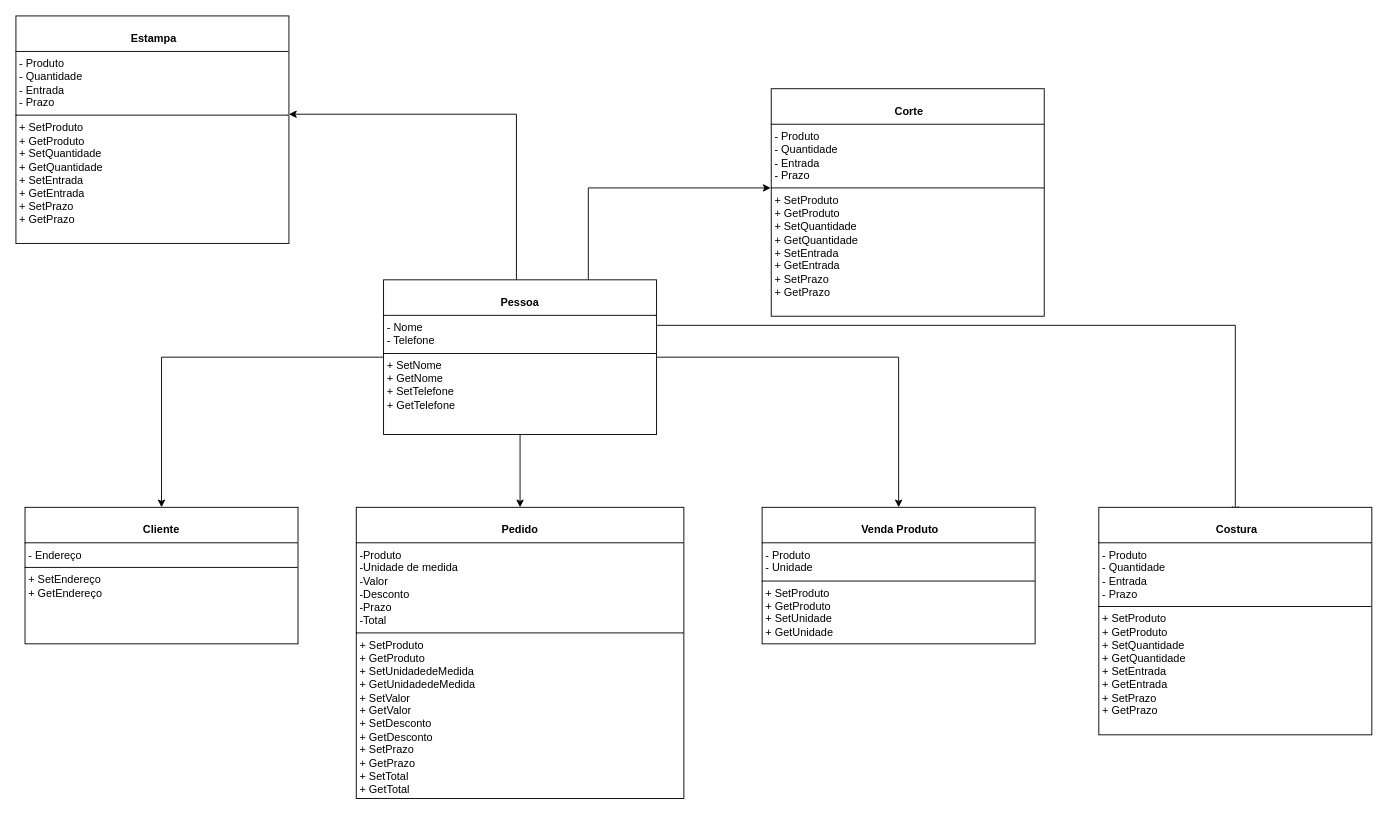
rafaelareisilva/avatar.app keeps this draw.io diagram as page "Página-1" (1 of 3) of DOC/classes.drawio. Above is the earlier version. Source tidied: cells renumbered, new cells numbered last; positions are measured from the earlier drawing's top-left corner, leaving out a move shared by most shapes. Both pictures are drawn from the tidied source at 91%, with x=0, y=0 at pixel (15, 15).
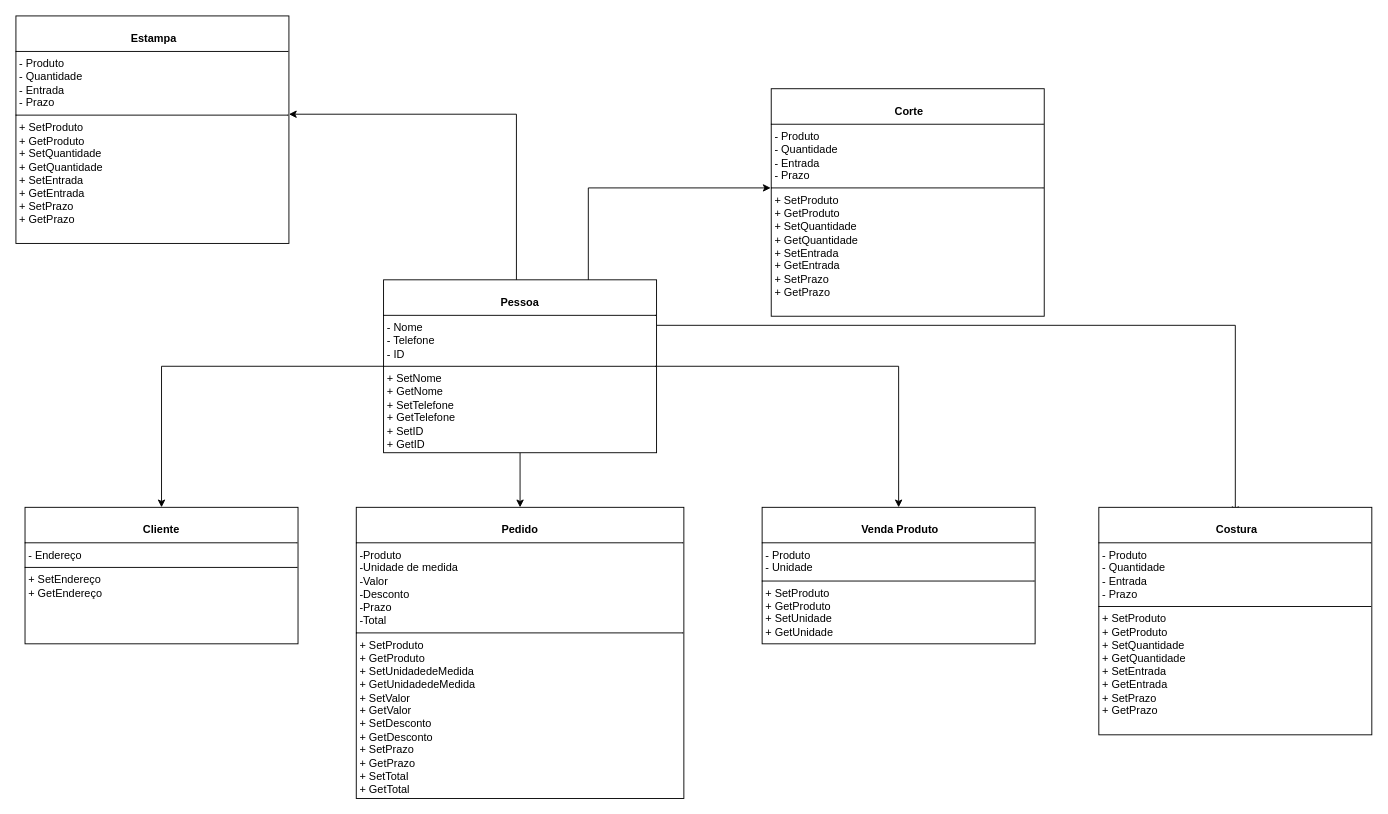
The same page after the edit.

Diff of the diagram source:
```diff
@@
 <mxGraphModel background="#FFFFFF">
   <root>
     <mxCell id="0" />
     <mxCell id="1" parent="0" />
     <mxCell id="2" style="edgeStyle=orthogonalEdgeStyle;rounded=0;jettySize=auto;html=1;entryX=0.5;entryY=0;entryDx=0;entryDy=0;" parent="1" edge="1" source="6" target="8">
       <mxGeometry relative="1" as="geometry" />
     </mxCell>
     <mxCell id="3" style="edgeStyle=orthogonalEdgeStyle;rounded=0;jettySize=auto;html=1;" parent="1" edge="1" source="6" target="9">
       <mxGeometry relative="1" as="geometry" />
     </mxCell>
     <mxCell id="4" style="edgeStyle=orthogonalEdgeStyle;rounded=0;jettySize=auto;html=1;entryX=0.5;entryY=0;entryDx=0;entryDy=0;" parent="1" edge="1" source="6" target="10">
       <mxGeometry relative="1" as="geometry" />
     </mxCell>
     <mxCell id="5" style="edgeStyle=orthogonalEdgeStyle;rounded=0;orthogonalLoop=1;jettySize=auto;html=1;exitX=1;exitY=0.25;exitDx=0;exitDy=0;entryX=0.5;entryY=0;entryDx=0;entryDy=0;" parent="1" edge="1">
       <mxGeometry relative="1" as="geometry">
         <mxPoint x="704" y="340" as="sourcePoint" />
         <mxPoint x="1340" y="547.5" as="targetPoint" />
         <Array as="points">
           <mxPoint x="1340" y="339.5" />
         </Array>
       </mxGeometry>
     </mxCell>
-    <mxCell id="6" value="&lt;p style=&quot;margin:0px;margin-top:4px;text-align:center;&quot;&gt;&lt;br&gt;&lt;b&gt;Pessoa&lt;/b&gt;&lt;/p&gt;&lt;hr size=&quot;1&quot; style=&quot;border-style:solid;&quot;&gt;&lt;p style=&quot;margin:0px;margin-left:4px;&quot;&gt;- Nome&lt;/p&gt;&lt;p style=&quot;margin:0px;margin-left:4px;&quot;&gt;- Telefone&lt;/p&gt;&lt;hr size=&quot;1&quot; style=&quot;border-style:solid;&quot;&gt;&lt;p style=&quot;margin:0px;margin-left:4px;&quot;&gt;+ SetNome&lt;br&gt;+ GetNome&lt;/p&gt;&lt;p style=&quot;margin:0px;margin-left:4px;&quot;&gt;+ SetTelefone&lt;/p&gt;&lt;p style=&quot;margin:0px;margin-left:4px;&quot;&gt;+ GetTelefone&lt;/p&gt;&lt;p style=&quot;margin:0px;margin-left:4px;&quot;&gt;&lt;br&gt;&lt;/p&gt;&lt;p style=&quot;margin:0px;margin-left:4px;&quot;&gt;&lt;br&gt;&lt;/p&gt;&lt;p style=&quot;margin:0px;margin-left:4px;&quot;&gt;&lt;br&gt;&lt;/p&gt;&lt;p style=&quot;margin:0px;margin-left:4px;&quot;&gt;&lt;br&gt;&lt;/p&gt;&lt;p style=&quot;margin:0px;margin-left:4px;&quot;&gt;&lt;br&gt;&lt;/p&gt;&lt;p style=&quot;margin:0px;margin-left:4px;&quot;&gt;&lt;br&gt;&lt;/p&gt;&lt;p style=&quot;margin:0px;margin-left:4px;&quot;&gt;&lt;br&gt;&lt;/p&gt;&lt;p style=&quot;margin:0px;margin-left:4px;&quot;&gt;&lt;br&gt;&lt;/p&gt;" style="verticalAlign=top;align=left;overflow=fill;html=1;whiteSpace=wrap;" parent="1" vertex="1">
-      <mxGeometry x="404" y="290" width="300" height="170" as="geometry" />
+    <mxCell id="6" value="&lt;p style=&quot;margin:0px;margin-top:4px;text-align:center;&quot;&gt;&lt;br&gt;&lt;b&gt;Pessoa&lt;/b&gt;&lt;/p&gt;&lt;hr size=&quot;1&quot; style=&quot;border-style:solid;&quot;&gt;&lt;p style=&quot;margin:0px;margin-left:4px;&quot;&gt;- Nome&lt;/p&gt;&lt;p style=&quot;margin:0px;margin-left:4px;&quot;&gt;- Telefone&lt;/p&gt;&lt;p style=&quot;margin:0px;margin-left:4px;&quot;&gt;- ID&lt;/p&gt;&lt;hr size=&quot;1&quot; style=&quot;border-style:solid;&quot;&gt;&lt;p style=&quot;margin:0px;margin-left:4px;&quot;&gt;+ SetNome&lt;br&gt;+ GetNome&lt;/p&gt;&lt;p style=&quot;margin:0px;margin-left:4px;&quot;&gt;+ SetTelefone&lt;/p&gt;&lt;p style=&quot;margin:0px;margin-left:4px;&quot;&gt;+ GetTelefone&lt;/p&gt;&lt;p style=&quot;margin:0px;margin-left:4px;&quot;&gt;+ SetID&lt;/p&gt;&lt;p style=&quot;margin:0px;margin-left:4px;&quot;&gt;+ GetID&lt;/p&gt;&lt;p style=&quot;margin:0px;margin-left:4px;&quot;&gt;&lt;br&gt;&lt;/p&gt;&lt;p style=&quot;margin:0px;margin-left:4px;&quot;&gt;&lt;br&gt;&lt;/p&gt;&lt;p style=&quot;margin:0px;margin-left:4px;&quot;&gt;&lt;br&gt;&lt;/p&gt;&lt;p style=&quot;margin:0px;margin-left:4px;&quot;&gt;&lt;br&gt;&lt;/p&gt;&lt;p style=&quot;margin:0px;margin-left:4px;&quot;&gt;&lt;br&gt;&lt;/p&gt;&lt;p style=&quot;margin:0px;margin-left:4px;&quot;&gt;&lt;br&gt;&lt;/p&gt;&lt;p style=&quot;margin:0px;margin-left:4px;&quot;&gt;&lt;br&gt;&lt;/p&gt;&lt;p style=&quot;margin:0px;margin-left:4px;&quot;&gt;&lt;br&gt;&lt;/p&gt;" style="verticalAlign=top;align=left;overflow=fill;html=1;whiteSpace=wrap;" parent="1" vertex="1">
+      <mxGeometry x="404" y="290" width="300" height="190" as="geometry" />
     </mxCell>
     <mxCell id="7" style="ellipse;whiteSpace=wrap;html=1;align=center;fillColor=none;strokeColor=none;perimeter=centerPerimeter;" parent="1" vertex="1">
       <mxGeometry x="629" y="800" width="10" height="10" as="geometry" />
     </mxCell>
     <mxCell id="8" value="&lt;p style=&quot;margin:0px;margin-top:4px;text-align:center;&quot;&gt;&lt;br&gt;&lt;b&gt;Cliente&lt;/b&gt;&lt;/p&gt;&lt;hr size=&quot;1&quot; style=&quot;border-style:solid;&quot;&gt;&lt;p style=&quot;margin:0px;margin-left:4px;&quot;&gt;- Endereço&lt;/p&gt;&lt;hr size=&quot;1&quot; style=&quot;border-style:solid;&quot;&gt;&lt;p style=&quot;margin:0px;margin-left:4px;&quot;&gt;+ SetEndereço&lt;br&gt;+ GetEndereço&lt;/p&gt;&lt;p style=&quot;margin:0px;margin-left:4px;&quot;&gt;&lt;br&gt;&lt;/p&gt;&lt;p style=&quot;margin:0px;margin-left:4px;&quot;&gt;&lt;br&gt;&lt;/p&gt;&lt;p style=&quot;margin:0px;margin-left:4px;&quot;&gt;&lt;br&gt;&lt;/p&gt;&lt;p style=&quot;margin:0px;margin-left:4px;&quot;&gt;&lt;br&gt;&lt;/p&gt;&lt;p style=&quot;margin:0px;margin-left:4px;&quot;&gt;&lt;br&gt;&lt;/p&gt;&lt;p style=&quot;margin:0px;margin-left:4px;&quot;&gt;&lt;br&gt;&lt;/p&gt;&lt;p style=&quot;margin:0px;margin-left:4px;&quot;&gt;&lt;br&gt;&lt;/p&gt;&lt;p style=&quot;margin:0px;margin-left:4px;&quot;&gt;&lt;br&gt;&lt;/p&gt;" style="verticalAlign=top;align=left;overflow=fill;html=1;whiteSpace=wrap;" parent="1" vertex="1">
       <mxGeometry x="10" y="540" width="300" height="150" as="geometry" />
     </mxCell>
     <mxCell id="9" value="&lt;p style=&quot;margin:0px;margin-top:4px;text-align:center;&quot;&gt;&lt;br&gt;&lt;b&gt;Pedido&lt;/b&gt;&lt;/p&gt;&lt;hr size=&quot;1&quot; style=&quot;border-style:solid;&quot;&gt;&lt;p style=&quot;margin:0px;margin-left:4px;&quot;&gt;&lt;span style=&quot;background-color: initial;&quot;&gt;-Produto&lt;/span&gt;&lt;br&gt;&lt;/p&gt;&lt;p style=&quot;margin:0px;margin-left:4px;&quot;&gt;-Unidade de medida&lt;/p&gt;&lt;p style=&quot;margin:0px;margin-left:4px;&quot;&gt;-Valor&lt;/p&gt;&lt;p style=&quot;margin:0px;margin-left:4px;&quot;&gt;-Desconto&lt;/p&gt;&lt;p style=&quot;margin:0px;margin-left:4px;&quot;&gt;-Prazo&lt;/p&gt;&lt;p style=&quot;margin:0px;margin-left:4px;&quot;&gt;-Total&lt;/p&gt;&lt;hr size=&quot;1&quot; style=&quot;border-style:solid;&quot;&gt;&lt;p style=&quot;margin:0px;margin-left:4px;&quot;&gt;&lt;font style=&quot;background-color: initial; vertical-align: inherit;&quot;&gt;+&amp;nbsp;&lt;/font&gt;&lt;span style=&quot;background-color: initial;&quot;&gt;SetProduto&lt;/span&gt;&lt;br&gt;&lt;/p&gt;&lt;p style=&quot;margin:0px;margin-left:4px;&quot;&gt;&lt;span style=&quot;background-color: initial;&quot;&gt;+ GetProduto&lt;/span&gt;&lt;/p&gt;&lt;p style=&quot;margin:0px;margin-left:4px;&quot;&gt;+ SetUnidadedeMedida&lt;/p&gt;&lt;p style=&quot;margin:0px;margin-left:4px;&quot;&gt;+ G&lt;span style=&quot;background-color: initial;&quot;&gt;etUnidadedeMedida&lt;/span&gt;&lt;/p&gt;&lt;p style=&quot;margin:0px;margin-left:4px;&quot;&gt;&lt;span style=&quot;background-color: initial;&quot;&gt;+ SetValor&lt;/span&gt;&lt;/p&gt;&lt;p style=&quot;margin:0px;margin-left:4px;&quot;&gt;&lt;span style=&quot;background-color: initial;&quot;&gt;+ GetValor&lt;/span&gt;&lt;/p&gt;&lt;p style=&quot;margin:0px;margin-left:4px;&quot;&gt;&lt;span style=&quot;background-color: initial;&quot;&gt;+ SetDesconto&lt;/span&gt;&lt;/p&gt;&lt;p style=&quot;margin:0px;margin-left:4px;&quot;&gt;&lt;span style=&quot;background-color: initial;&quot;&gt;+ GetDesconto&lt;/span&gt;&lt;/p&gt;&lt;p style=&quot;margin:0px;margin-left:4px;&quot;&gt;&lt;span style=&quot;background-color: initial;&quot;&gt;+ SetPrazo&lt;/span&gt;&lt;/p&gt;&lt;p style=&quot;margin:0px;margin-left:4px;&quot;&gt;&lt;span style=&quot;background-color: initial;&quot;&gt;+ GetPrazo&lt;/span&gt;&lt;/p&gt;&lt;p style=&quot;margin:0px;margin-left:4px;&quot;&gt;&lt;span style=&quot;background-color: initial;&quot;&gt;+ SetTotal&lt;/span&gt;&lt;/p&gt;&lt;p style=&quot;margin:0px;margin-left:4px;&quot;&gt;&lt;span style=&quot;background-color: initial;&quot;&gt;+ GetTotal&lt;/span&gt;&lt;/p&gt;&lt;p style=&quot;margin:0px;margin-left:4px;&quot;&gt;&lt;span style=&quot;background-color: initial;&quot;&gt;&lt;br&gt;&lt;/span&gt;&lt;/p&gt;&lt;p style=&quot;margin:0px;margin-left:4px;&quot;&gt;&lt;br&gt;&lt;/p&gt;&lt;p style=&quot;margin:0px;margin-left:4px;&quot;&gt;&lt;br&gt;&lt;/p&gt;&lt;p style=&quot;margin:0px;margin-left:4px;&quot;&gt;&lt;br&gt;&lt;/p&gt;&lt;p style=&quot;margin:0px;margin-left:4px;&quot;&gt;&lt;br&gt;&lt;/p&gt;&lt;p style=&quot;margin:0px;margin-left:4px;&quot;&gt;&lt;br&gt;&lt;/p&gt;&lt;p style=&quot;margin:0px;margin-left:4px;&quot;&gt;&lt;br&gt;&lt;/p&gt;&lt;p style=&quot;margin:0px;margin-left:4px;&quot;&gt;&lt;br&gt;&lt;/p&gt;&lt;p style=&quot;margin:0px;margin-left:4px;&quot;&gt;&lt;br&gt;&lt;/p&gt;" style="verticalAlign=top;align=left;overflow=fill;html=1;whiteSpace=wrap;" parent="1" vertex="1">
       <mxGeometry x="374" y="540" width="360" height="320" as="geometry" />
     </mxCell>
     <mxCell id="10" value="&lt;p style=&quot;margin:0px;margin-top:4px;text-align:center;&quot;&gt;&lt;br&gt;&lt;b&gt;&amp;nbsp;Venda Produto&lt;/b&gt;&lt;/p&gt;&lt;hr size=&quot;1&quot; style=&quot;border-style:solid;&quot;&gt;&lt;p style=&quot;margin:0px;margin-left:4px;&quot;&gt;- Produto&lt;/p&gt;&lt;p style=&quot;margin:0px;margin-left:4px;&quot;&gt;- Unidade&lt;/p&gt;&lt;hr size=&quot;1&quot; style=&quot;border-style:solid;&quot;&gt;&lt;p style=&quot;margin:0px;margin-left:4px;&quot;&gt;+ SetProduto&lt;br&gt;+ GetProduto&lt;/p&gt;&lt;p style=&quot;margin:0px;margin-left:4px;&quot;&gt;+ SetUnidade&lt;/p&gt;&lt;p style=&quot;margin:0px;margin-left:4px;&quot;&gt;+ GetUnidade&lt;/p&gt;&lt;p style=&quot;margin:0px;margin-left:4px;&quot;&gt;&lt;br&gt;&lt;/p&gt;&lt;p style=&quot;margin:0px;margin-left:4px;&quot;&gt;&lt;br&gt;&lt;/p&gt;&lt;p style=&quot;margin:0px;margin-left:4px;&quot;&gt;&lt;br&gt;&lt;/p&gt;&lt;p style=&quot;margin:0px;margin-left:4px;&quot;&gt;&lt;br&gt;&lt;/p&gt;&lt;p style=&quot;margin:0px;margin-left:4px;&quot;&gt;&lt;br&gt;&lt;/p&gt;&lt;p style=&quot;margin:0px;margin-left:4px;&quot;&gt;&lt;br&gt;&lt;/p&gt;&lt;p style=&quot;margin:0px;margin-left:4px;&quot;&gt;&lt;br&gt;&lt;/p&gt;&lt;p style=&quot;margin:0px;margin-left:4px;&quot;&gt;&lt;br&gt;&lt;/p&gt;" style="verticalAlign=top;align=left;overflow=fill;html=1;whiteSpace=wrap;" parent="1" vertex="1">
       <mxGeometry x="820" y="540" width="300" height="150" as="geometry" />
     </mxCell>
     <mxCell id="11" value="&lt;p style=&quot;margin:0px;margin-top:4px;text-align:center;&quot;&gt;&lt;br&gt;&lt;b&gt;&amp;nbsp;Costura&lt;/b&gt;&lt;/p&gt;&lt;hr size=&quot;1&quot; style=&quot;border-style:solid;&quot;&gt;&lt;p style=&quot;margin:0px;margin-left:4px;&quot;&gt;- Produto&lt;/p&gt;&lt;p style=&quot;margin:0px;margin-left:4px;&quot;&gt;- Quantidade&lt;/p&gt;&lt;p style=&quot;margin:0px;margin-left:4px;&quot;&gt;- Entrada&lt;/p&gt;&lt;p style=&quot;margin:0px;margin-left:4px;&quot;&gt;- Prazo&lt;/p&gt;&lt;hr size=&quot;1&quot; style=&quot;border-style:solid;&quot;&gt;&lt;p style=&quot;margin:0px;margin-left:4px;&quot;&gt;+ SetProduto&lt;br&gt;+ GetProduto&lt;/p&gt;&lt;p style=&quot;margin:0px;margin-left:4px;&quot;&gt;+ SetQuantidade&lt;/p&gt;&lt;p style=&quot;margin:0px;margin-left:4px;&quot;&gt;+ GetQuantidade&lt;/p&gt;&lt;p style=&quot;margin: 0px 0px 0px 4px;&quot;&gt;+ SetEntrada&lt;br&gt;+ GetEntrada&lt;/p&gt;&lt;p style=&quot;margin: 0px 0px 0px 4px;&quot;&gt;+ SetPrazo&lt;/p&gt;&lt;p style=&quot;margin: 0px 0px 0px 4px;&quot;&gt;+ GetPrazo&lt;/p&gt;&lt;p style=&quot;margin:0px;margin-left:4px;&quot;&gt;&lt;/p&gt;&lt;p style=&quot;margin: 0px 0px 0px 4px;&quot;&gt;&lt;br&gt;&lt;/p&gt;&lt;p style=&quot;margin:0px;margin-left:4px;&quot;&gt;&lt;br&gt;&lt;/p&gt;&lt;p style=&quot;margin:0px;margin-left:4px;&quot;&gt;&lt;br&gt;&lt;/p&gt;&lt;p style=&quot;margin:0px;margin-left:4px;&quot;&gt;&lt;br&gt;&lt;/p&gt;&lt;p style=&quot;margin:0px;margin-left:4px;&quot;&gt;&lt;br&gt;&lt;/p&gt;&lt;p style=&quot;margin:0px;margin-left:4px;&quot;&gt;&lt;br&gt;&lt;/p&gt;&lt;p style=&quot;margin:0px;margin-left:4px;&quot;&gt;&lt;br&gt;&lt;/p&gt;&lt;p style=&quot;margin:0px;margin-left:4px;&quot;&gt;&lt;br&gt;&lt;/p&gt;&lt;p style=&quot;margin:0px;margin-left:4px;&quot;&gt;&lt;br&gt;&lt;/p&gt;" style="verticalAlign=top;align=left;overflow=fill;html=1;whiteSpace=wrap;" parent="1" vertex="1">
       <mxGeometry x="1190" y="540" width="300" height="250" as="geometry" />
     </mxCell>
     <mxCell id="12" value="&lt;p style=&quot;margin:0px;margin-top:4px;text-align:center;&quot;&gt;&lt;br&gt;&lt;b&gt;&amp;nbsp;Corte&lt;/b&gt;&lt;/p&gt;&lt;hr size=&quot;1&quot; style=&quot;border-style:solid;&quot;&gt;&lt;p style=&quot;margin:0px;margin-left:4px;&quot;&gt;- Produto&lt;/p&gt;&lt;p style=&quot;margin:0px;margin-left:4px;&quot;&gt;- Quantidade&lt;/p&gt;&lt;p style=&quot;margin:0px;margin-left:4px;&quot;&gt;- Entrada&lt;/p&gt;&lt;p style=&quot;margin:0px;margin-left:4px;&quot;&gt;- Prazo&lt;/p&gt;&lt;hr size=&quot;1&quot; style=&quot;border-style:solid;&quot;&gt;&lt;p style=&quot;margin:0px;margin-left:4px;&quot;&gt;+ SetProduto&lt;br&gt;+ GetProduto&lt;/p&gt;&lt;p style=&quot;margin:0px;margin-left:4px;&quot;&gt;+ SetQuantidade&lt;/p&gt;&lt;p style=&quot;margin:0px;margin-left:4px;&quot;&gt;+ GetQuantidade&lt;/p&gt;&lt;p style=&quot;margin: 0px 0px 0px 4px;&quot;&gt;+ SetEntrada&lt;br&gt;+ GetEntrada&lt;/p&gt;&lt;p style=&quot;margin: 0px 0px 0px 4px;&quot;&gt;+ SetPrazo&lt;/p&gt;&lt;p style=&quot;margin: 0px 0px 0px 4px;&quot;&gt;+ GetPrazo&lt;/p&gt;&lt;p style=&quot;margin:0px;margin-left:4px;&quot;&gt;&lt;/p&gt;&lt;p style=&quot;margin: 0px 0px 0px 4px;&quot;&gt;&lt;br&gt;&lt;/p&gt;&lt;p style=&quot;margin:0px;margin-left:4px;&quot;&gt;&lt;br&gt;&lt;/p&gt;&lt;p style=&quot;margin:0px;margin-left:4px;&quot;&gt;&lt;br&gt;&lt;/p&gt;&lt;p style=&quot;margin:0px;margin-left:4px;&quot;&gt;&lt;br&gt;&lt;/p&gt;&lt;p style=&quot;margin:0px;margin-left:4px;&quot;&gt;&lt;br&gt;&lt;/p&gt;&lt;p style=&quot;margin:0px;margin-left:4px;&quot;&gt;&lt;br&gt;&lt;/p&gt;&lt;p style=&quot;margin:0px;margin-left:4px;&quot;&gt;&lt;br&gt;&lt;/p&gt;&lt;p style=&quot;margin:0px;margin-left:4px;&quot;&gt;&lt;br&gt;&lt;/p&gt;&lt;p style=&quot;margin:0px;margin-left:4px;&quot;&gt;&lt;br&gt;&lt;/p&gt;" style="verticalAlign=top;align=left;overflow=fill;html=1;whiteSpace=wrap;" parent="1" vertex="1">
       <mxGeometry x="830" y="80" width="300" height="250" as="geometry" />
     </mxCell>
     <mxCell id="13" value="&lt;p style=&quot;margin:0px;margin-top:4px;text-align:center;&quot;&gt;&lt;br&gt;&lt;b&gt;&amp;nbsp;Estampa&lt;/b&gt;&lt;/p&gt;&lt;hr size=&quot;1&quot; style=&quot;border-style:solid;&quot;&gt;&lt;p style=&quot;margin:0px;margin-left:4px;&quot;&gt;- Produto&lt;/p&gt;&lt;p style=&quot;margin:0px;margin-left:4px;&quot;&gt;- Quantidade&lt;/p&gt;&lt;p style=&quot;margin:0px;margin-left:4px;&quot;&gt;- Entrada&lt;/p&gt;&lt;p style=&quot;margin:0px;margin-left:4px;&quot;&gt;- Prazo&lt;/p&gt;&lt;hr size=&quot;1&quot; style=&quot;border-style:solid;&quot;&gt;&lt;p style=&quot;margin:0px;margin-left:4px;&quot;&gt;+ SetProduto&lt;br&gt;+ GetProduto&lt;/p&gt;&lt;p style=&quot;margin:0px;margin-left:4px;&quot;&gt;+ SetQuantidade&lt;/p&gt;&lt;p style=&quot;margin:0px;margin-left:4px;&quot;&gt;+ GetQuantidade&lt;/p&gt;&lt;p style=&quot;margin: 0px 0px 0px 4px;&quot;&gt;+ SetEntrada&lt;br&gt;+ GetEntrada&lt;/p&gt;&lt;p style=&quot;margin: 0px 0px 0px 4px;&quot;&gt;+ SetPrazo&lt;/p&gt;&lt;p style=&quot;margin: 0px 0px 0px 4px;&quot;&gt;+ GetPrazo&lt;/p&gt;&lt;p style=&quot;margin:0px;margin-left:4px;&quot;&gt;&lt;/p&gt;&lt;p style=&quot;margin: 0px 0px 0px 4px;&quot;&gt;&lt;br&gt;&lt;/p&gt;&lt;p style=&quot;margin:0px;margin-left:4px;&quot;&gt;&lt;br&gt;&lt;/p&gt;&lt;p style=&quot;margin:0px;margin-left:4px;&quot;&gt;&lt;br&gt;&lt;/p&gt;&lt;p style=&quot;margin:0px;margin-left:4px;&quot;&gt;&lt;br&gt;&lt;/p&gt;&lt;p style=&quot;margin:0px;margin-left:4px;&quot;&gt;&lt;br&gt;&lt;/p&gt;&lt;p style=&quot;margin:0px;margin-left:4px;&quot;&gt;&lt;br&gt;&lt;/p&gt;&lt;p style=&quot;margin:0px;margin-left:4px;&quot;&gt;&lt;br&gt;&lt;/p&gt;&lt;p style=&quot;margin:0px;margin-left:4px;&quot;&gt;&lt;br&gt;&lt;/p&gt;&lt;p style=&quot;margin:0px;margin-left:4px;&quot;&gt;&lt;br&gt;&lt;/p&gt;" style="verticalAlign=top;align=left;overflow=fill;html=1;whiteSpace=wrap;" parent="1" vertex="1">
       <mxGeometry width="300" height="250" as="geometry" />
     </mxCell>
     <mxCell id="14" style="edgeStyle=orthogonalEdgeStyle;rounded=0;jettySize=auto;html=1;entryX=1;entryY=0.432;entryDx=0;entryDy=0;entryPerimeter=0;" parent="1" edge="1" source="6" target="13">
       <mxGeometry relative="1" as="geometry">
         <Array as="points">
           <mxPoint x="550" y="108" />
         </Array>
       </mxGeometry>
     </mxCell>
     <mxCell id="15" style="edgeStyle=orthogonalEdgeStyle;rounded=0;jettySize=auto;html=1;exitX=0.75;exitY=0;exitDx=0;exitDy=0;entryX=-0.002;entryY=0.436;entryDx=0;entryDy=0;entryPerimeter=0;" parent="1" edge="1" source="6" target="12">
       <mxGeometry relative="1" as="geometry" />
     </mxCell>
   </root>
 </mxGraphModel>
```
